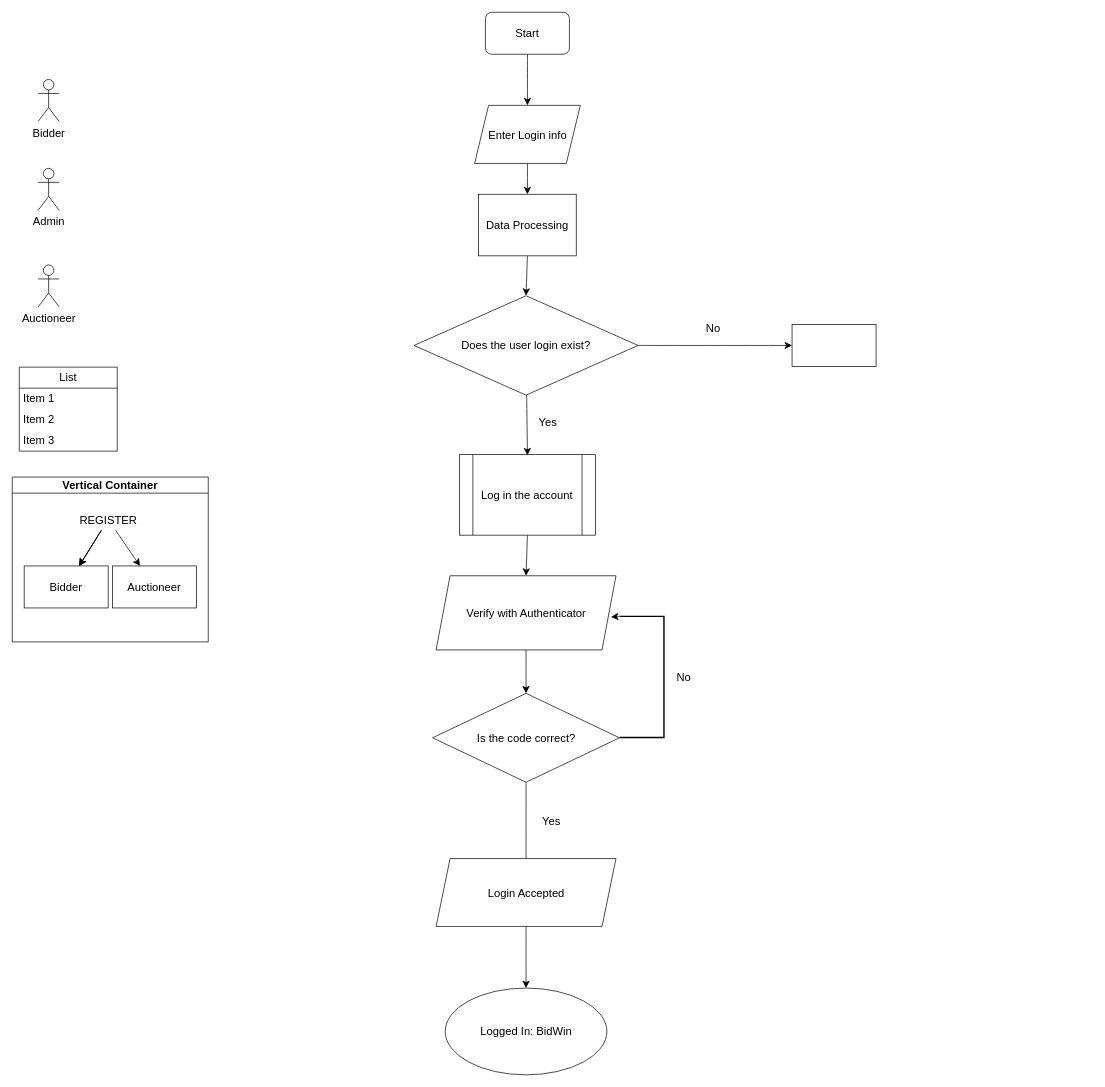
Earlier version of the draw.io diagram Untitled Diagram.drawio (AaronVS/BidWin). Source tidied: cells renumbered, new cells numbered last; positions are measured from the earlier drawing's top-left corner, leaving out a move shared by most shapes. Both pictures are drawn from the tidied source at 70%, with x=0, y=0 at pixel (12, 12).
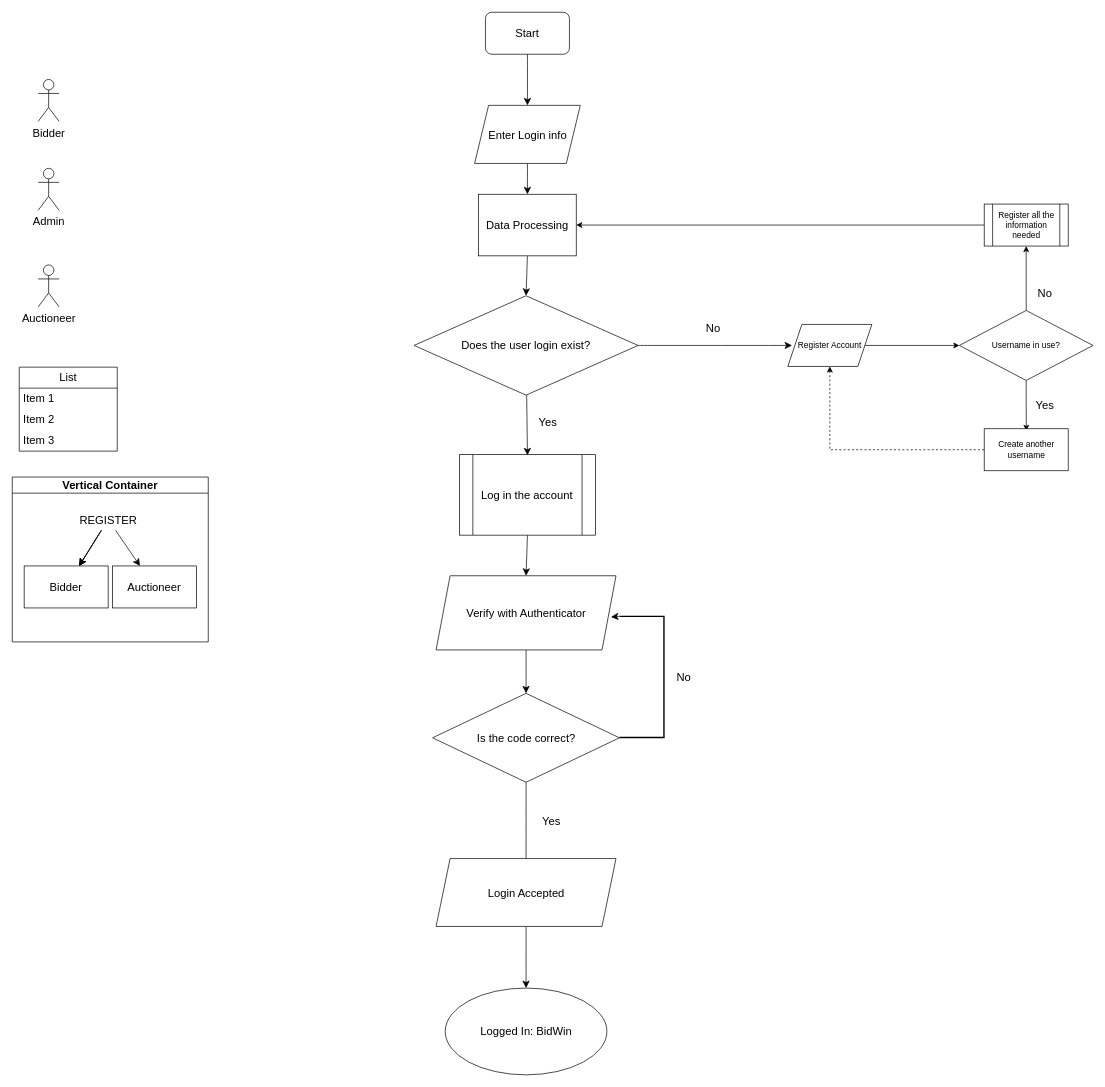
Above is the later version.

The change refers to these unchanged cells:
```xml
<mxCell id="22" value="Data Processing" style="rounded=0;whiteSpace=wrap;html=1;fontSize=16;" parent="1" vertex="1">
  <mxGeometry x="666.2" y="260" width="139.5" height="88" as="geometry" />
</mxCell>
<mxCell id="25" value="Does the user login exist?" style="rhombus;whiteSpace=wrap;html=1;fontSize=16;" parent="1" vertex="1">
  <mxGeometry x="574" y="405" width="320" height="142" as="geometry" />
</mxCell>
```

Change to the diagram source:
```diff
@@
-    <mxCell id="24" style="edgeStyle=none;curved=1;rounded=0;jettySize=auto;html=1;fontSize=12;startSize=8;endSize=8;" parent="1" edge="1" source="25" target="29">
-      <mxGeometry relative="1" as="geometry" />
+    <mxCell id="24" style="edgeStyle=none;curved=1;rounded=0;jettySize=auto;html=1;fontSize=12;startSize=8;endSize=8;" parent="1" edge="1" source="25">
+      <mxGeometry relative="1" as="geometry">
+        <mxPoint x="1114" y="476" as="targetPoint" />
+      </mxGeometry>
     </mxCell>
@@
-    <mxCell id="29" style="whiteSpace=wrap;html=1;fontSize=16;" parent="1" vertex="1">
-      <mxGeometry x="1114" y="446" width="120" height="60" as="geometry" />
-    </mxCell>
@@
+    <mxCell id="42" style="edgeStyle=orthogonalEdgeStyle;rounded=0;jettySize=auto;html=1;exitX=1;exitY=0.5;exitDx=0;exitDy=0;entryX=0;entryY=0.5;entryDx=0;entryDy=0;" parent="1" edge="1" source="43" target="46">
+      <mxGeometry relative="1" as="geometry" />
+    </mxCell>
+    <mxCell id="43" value="Register Account" style="shape=parallelogram;perimeter=parallelogramPerimeter;whiteSpace=wrap;html=1;fixedSize=1;" parent="1" vertex="1">
+      <mxGeometry x="1108" y="446" width="120" height="60" as="geometry" />
+    </mxCell>
+    <mxCell id="44" style="edgeStyle=orthogonalEdgeStyle;rounded=0;jettySize=auto;html=1;exitX=0.5;exitY=0;exitDx=0;exitDy=0;entryX=0.5;entryY=1;entryDx=0;entryDy=0;" parent="1" edge="1" source="46" target="52">
+      <mxGeometry relative="1" as="geometry" />
+    </mxCell>
+    <mxCell id="45" style="edgeStyle=orthogonalEdgeStyle;rounded=0;jettySize=auto;html=1;exitX=0.5;exitY=1;exitDx=0;exitDy=0;" parent="1" edge="1" source="46">
+      <mxGeometry relative="1" as="geometry">
+        <mxPoint x="1448.7" y="598" as="targetPoint" />
+      </mxGeometry>
+    </mxCell>
+    <mxCell id="46" value="Username in use?" style="rhombus;whiteSpace=wrap;html=1;" parent="1" vertex="1">
+      <mxGeometry x="1353" y="426" width="191" height="100" as="geometry" />
+    </mxCell>
+    <mxCell id="47" value="No" style="text;html=1;align=center;verticalAlign=middle;strokeColor=none;fillColor=none;fontSize=16;" parent="1" vertex="1">
+      <mxGeometry x="1456" y="385" width="38" height="31" as="geometry" />
+    </mxCell>
+    <mxCell id="48" value="Yes" style="text;html=1;align=center;verticalAlign=middle;strokeColor=none;fillColor=none;fontSize=16;" parent="1" vertex="1">
+      <mxGeometry x="1453" y="545" width="44" height="31" as="geometry" />
+    </mxCell>
+    <mxCell id="49" style="edgeStyle=orthogonalEdgeStyle;rounded=0;jettySize=auto;html=1;exitX=0;exitY=0.5;exitDx=0;exitDy=0;entryX=0.5;entryY=1;entryDx=0;entryDy=0;dashed=1;" parent="1" edge="1" source="50" target="43">
+      <mxGeometry relative="1" as="geometry" />
+    </mxCell>
+    <mxCell id="50" value="Create another username" style="rounded=0;whiteSpace=wrap;html=1;" parent="1" vertex="1">
+      <mxGeometry x="1388.5" y="595" width="120" height="60" as="geometry" />
+    </mxCell>
+    <mxCell id="51" style="edgeStyle=orthogonalEdgeStyle;rounded=0;jettySize=auto;html=1;exitX=0;exitY=0.5;exitDx=0;exitDy=0;" parent="1" edge="1" source="52" target="22">
+      <mxGeometry relative="1" as="geometry" />
+    </mxCell>
+    <mxCell id="52" value="Register all the information needed" style="shape=process;whiteSpace=wrap;html=1;backgroundOutline=1;" parent="1" vertex="1">
+      <mxGeometry x="1388.5" y="274" width="120" height="60" as="geometry" />
+    </mxCell>
```
